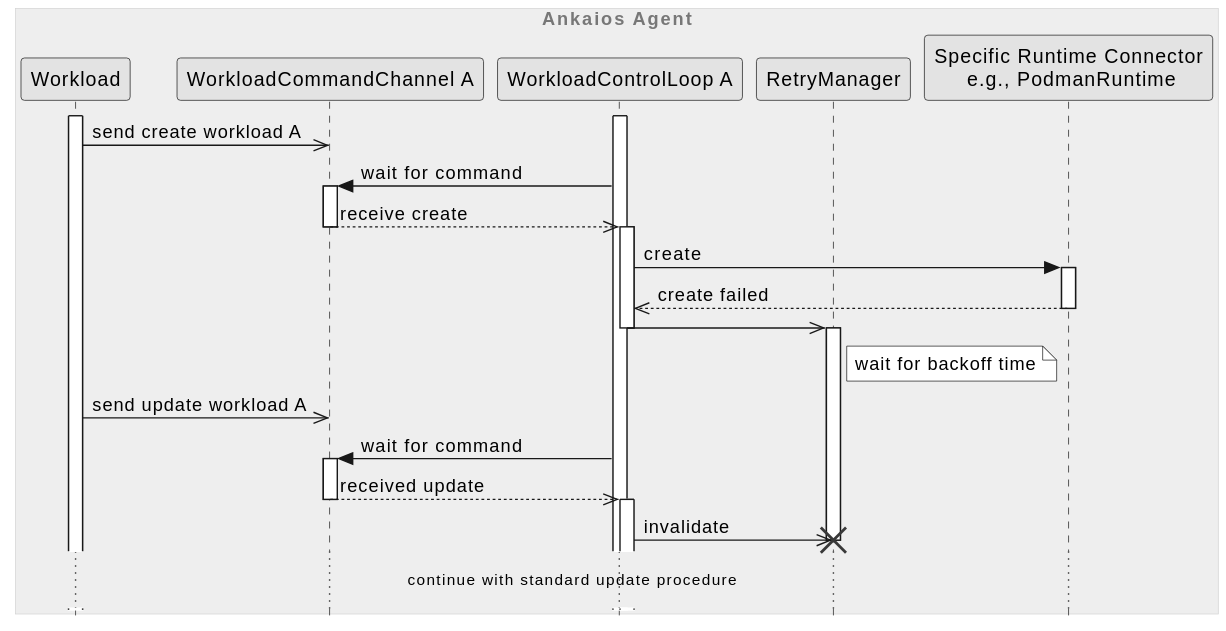
The PlantUML diagram agent/doc/swdesign/plantuml/seq_retry_interrupted_by_update.svg in eclipse-ankaios/ankaios, before a commit.
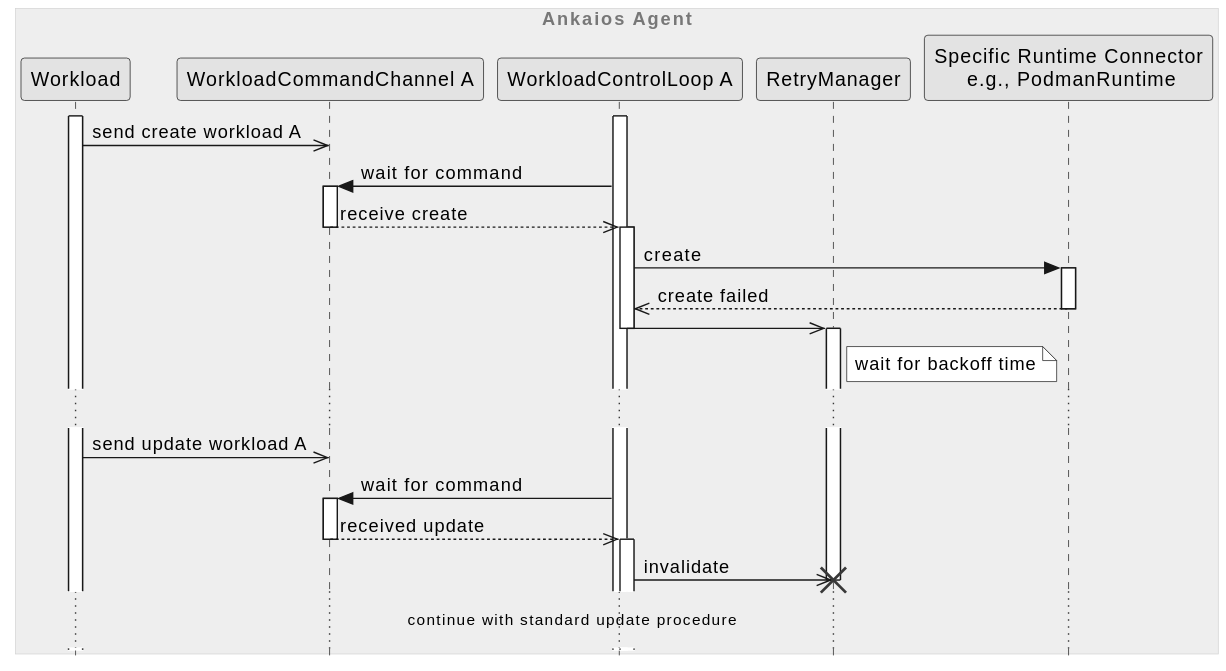
Above is the later version.

Commit message:
Add some unknown interruption to sequence diagram

Issue-Id: #298298

What changed in the source:
```diff
@@ -22,6 +22,8 @@
 workload_control_loop ->> retry_manager--++
 note right of retry_manager: wait for backoff time
 
+...
+
 workload ->> workload_command: send update workload A
 
 workload_control_loop -> workload_command++: wait for command
```
